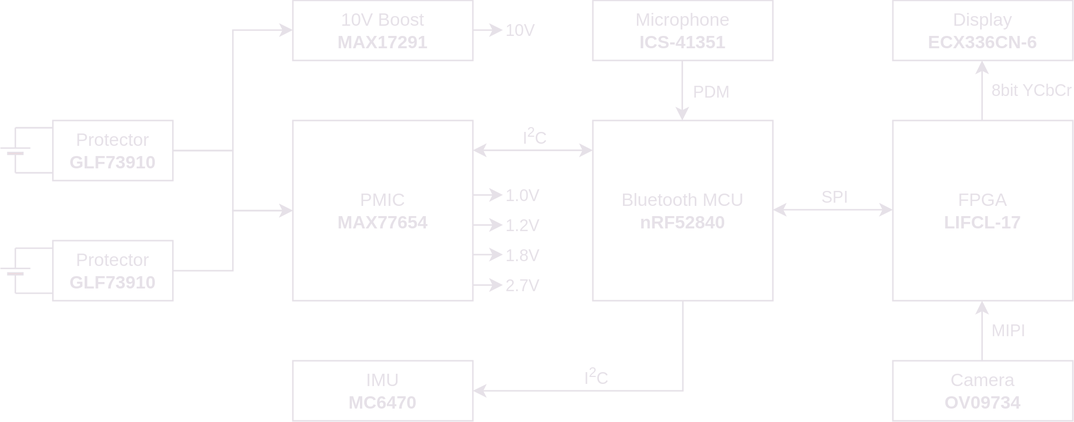
brilliantlabsAR/docs keeps this draw.io diagram as frame/images/frame-hardware-block-diagram.drawio.svg. Above is the earlier version. Source tidied: cells renumbered, new cells last; positions are measured from the earlier drawing's top-left corner, leaving out a move shared by most shapes.
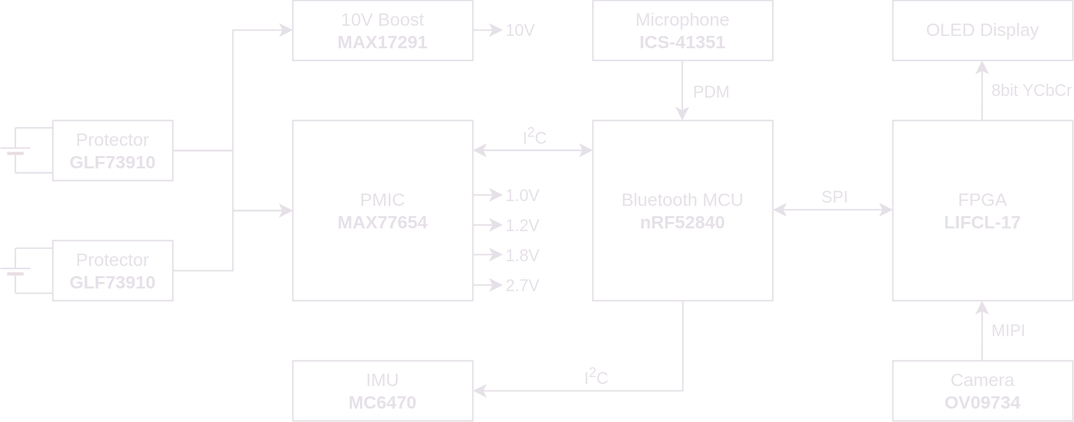
After the change.

Diff of the diagram source:
```diff
@@ -160,7 +160,7 @@
     <mxCell id="27" value="FPGA&lt;br&gt;&lt;b&gt;LIFCL-17&lt;/b&gt;" style="rounded=0;whiteSpace=wrap;html=1;labelBackgroundColor=none;strokeColor=#E6E1E8;fontColor=#E6E1E8;fillColor=none;strokeWidth=1;" parent="1" vertex="1">
       <mxGeometry x="600" y="80" width="120" height="120" as="geometry" />
     </mxCell>
-    <mxCell id="28" value="Display&lt;br&gt;&lt;b&gt;ECX336CN-6&lt;/b&gt;" style="rounded=0;whiteSpace=wrap;html=1;labelBackgroundColor=none;strokeColor=#E6E1E8;fontColor=#E6E1E8;fillColor=none;strokeWidth=1;" parent="1" vertex="1">
+    <mxCell id="28" value="OLED Display" style="rounded=0;whiteSpace=wrap;html=1;labelBackgroundColor=none;strokeColor=#E6E1E8;fontColor=#E6E1E8;fillColor=none;strokeWidth=1;" parent="1" vertex="1">
       <mxGeometry x="600" width="120" height="40" as="geometry" />
     </mxCell>
     <mxCell id="29" value="Camera&lt;br&gt;&lt;b&gt;OV09734&lt;/b&gt;" style="rounded=0;whiteSpace=wrap;html=1;labelBackgroundColor=none;strokeColor=#E6E1E8;fontColor=#E6E1E8;fillColor=none;strokeWidth=1;" parent="1" vertex="1">
```
